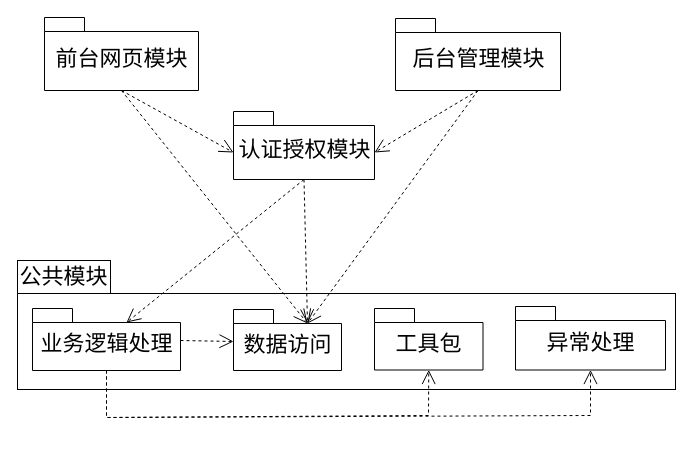
Before: page "Page-1" (1 of 3) of cili.drawio in CHENBai-yi/cilicili, a draw.io diagram. Source tidied: cells renumbered, new cells numbered last; positions are measured from the earlier drawing's top-left corner, leaving out a move shared by most shapes. Both pictures are drawn from the tidied source at 100%, with x=0, y=0 at pixel (17, 17).
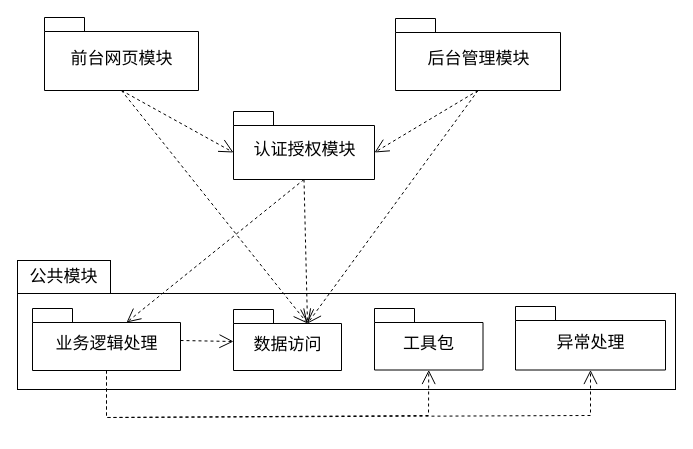
The same diagram, later.

Change to the diagram source:
```diff
@@
-    <mxCell id="2" value="&lt;span style=&quot;font-weight: normal;&quot;&gt;认证授权模块&lt;/span&gt;" style="shape=folder;fontStyle=1;spacingTop=10;tabWidth=40;tabHeight=14;tabPosition=left;html=1;fontFamily=Times New Roman;fontSize=22;" parent="1" vertex="1">
+    <mxCell id="2" value="&lt;span style=&quot;font-weight: normal; font-size: 17px;&quot;&gt;认证授权模块&lt;/span&gt;" style="shape=folder;fontStyle=1;spacingTop=10;tabWidth=40;tabHeight=14;tabPosition=left;html=1;fontFamily=Times New Roman;fontSize=17;" parent="1" vertex="1">
       <mxGeometry x="216" y="94" width="141" height="68" as="geometry" />
     </mxCell>
-    <mxCell id="3" value="&lt;span style=&quot;font-weight: normal;&quot;&gt;后台管理模块&lt;/span&gt;" style="shape=folder;fontStyle=1;spacingTop=10;tabWidth=40;tabHeight=14;tabPosition=left;html=1;fontFamily=Times New Roman;fontSize=22;" parent="1" vertex="1">
+    <mxCell id="3" value="&lt;span style=&quot;font-weight: normal; font-size: 17px;&quot;&gt;后台管理模块&lt;/span&gt;" style="shape=folder;fontStyle=1;spacingTop=10;tabWidth=40;tabHeight=14;tabPosition=left;html=1;fontFamily=Times New Roman;fontSize=17;" parent="1" vertex="1">
       <mxGeometry x="378" y="1" width="165" height="72" as="geometry" />
     </mxCell>
-    <mxCell id="4" value="&lt;span style=&quot;font-weight: normal;&quot;&gt;前台网页模块&lt;/span&gt;" style="shape=folder;fontStyle=1;spacingTop=10;tabWidth=40;tabHeight=14;tabPosition=left;html=1;fontFamily=Times New Roman;fontSize=22;" parent="1" vertex="1">
+    <mxCell id="4" value="&lt;span style=&quot;font-weight: normal; font-size: 17px;&quot;&gt;前台网页模块&lt;/span&gt;" style="shape=folder;fontStyle=1;spacingTop=10;tabWidth=40;tabHeight=14;tabPosition=left;html=1;fontFamily=Times New Roman;fontSize=17;" parent="1" vertex="1">
       <mxGeometry x="27" width="154" height="73" as="geometry" />
     </mxCell>
-    <mxCell id="5" style="rounded=0;whiteSpace=wrap;html=1;fontFamily=Times New Roman;fontSize=22;" parent="1" vertex="1">
+    <mxCell id="5" style="rounded=0;whiteSpace=wrap;html=1;fontFamily=Times New Roman;fontSize=17;" parent="1" vertex="1">
       <mxGeometry y="276" width="658" height="96" as="geometry" />
     </mxCell>
-    <mxCell id="6" value="公共模块" style="rounded=0;whiteSpace=wrap;html=1;fontFamily=Times New Roman;fontSize=22;" parent="1" vertex="1">
+    <mxCell id="6" value="公共模块" style="rounded=0;whiteSpace=wrap;html=1;fontFamily=Times New Roman;fontSize=17;" parent="1" vertex="1">
       <mxGeometry y="243" width="93" height="33" as="geometry" />
     </mxCell>
-    <mxCell id="7" value="&lt;span style=&quot;font-weight: normal;&quot;&gt;数据访问&lt;/span&gt;" style="shape=folder;fontStyle=1;spacingTop=10;tabWidth=40;tabHeight=14;tabPosition=left;html=1;fontFamily=Times New Roman;fontSize=22;" parent="1" vertex="1">
+    <mxCell id="7" value="&lt;span style=&quot;font-weight: normal; font-size: 17px;&quot;&gt;数据访问&lt;/span&gt;" style="shape=folder;fontStyle=1;spacingTop=10;tabWidth=40;tabHeight=14;tabPosition=left;html=1;fontFamily=Times New Roman;fontSize=17;" parent="1" vertex="1">
       <mxGeometry x="216" y="292" width="108" height="61" as="geometry" />
     </mxCell>
-    <mxCell id="8" value="&lt;span style=&quot;font-weight: normal;&quot;&gt;业务逻辑处理&lt;/span&gt;" style="shape=folder;fontStyle=1;spacingTop=10;tabWidth=40;tabHeight=14;tabPosition=left;html=1;fontFamily=Times New Roman;fontSize=22;" parent="1" vertex="1">
+    <mxCell id="8" value="&lt;span style=&quot;font-weight: normal; font-size: 17px;&quot;&gt;业务逻辑处理&lt;/span&gt;" style="shape=folder;fontStyle=1;spacingTop=10;tabWidth=40;tabHeight=14;tabPosition=left;html=1;fontFamily=Times New Roman;fontSize=17;" parent="1" vertex="1">
       <mxGeometry x="15" y="291" width="148" height="62" as="geometry" />
     </mxCell>
-    <mxCell id="9" value="&lt;span style=&quot;font-weight: normal;&quot;&gt;异常处理&lt;/span&gt;" style="shape=folder;fontStyle=1;spacingTop=10;tabWidth=40;tabHeight=14;tabPosition=left;html=1;fontFamily=Times New Roman;fontSize=22;" parent="1" vertex="1">
+    <mxCell id="9" value="&lt;span style=&quot;font-weight: normal; font-size: 17px;&quot;&gt;异常处理&lt;/span&gt;" style="shape=folder;fontStyle=1;spacingTop=10;tabWidth=40;tabHeight=14;tabPosition=left;html=1;fontFamily=Times New Roman;fontSize=17;" parent="1" vertex="1">
       <mxGeometry x="498" y="289" width="150" height="63.5" as="geometry" />
     </mxCell>
-    <mxCell id="10" value="&lt;span style=&quot;font-weight: normal;&quot;&gt;工具包&lt;/span&gt;" style="shape=folder;fontStyle=1;spacingTop=10;tabWidth=40;tabHeight=14;tabPosition=left;html=1;fontFamily=Times New Roman;fontSize=22;" parent="1" vertex="1">
+    <mxCell id="10" value="&lt;span style=&quot;font-weight: normal; font-size: 17px;&quot;&gt;工具包&lt;/span&gt;" style="shape=folder;fontStyle=1;spacingTop=10;tabWidth=40;tabHeight=14;tabPosition=left;html=1;fontFamily=Times New Roman;fontSize=17;" parent="1" vertex="1">
       <mxGeometry x="357" y="291" width="108.5" height="61.5" as="geometry" />
     </mxCell>
-    <mxCell id="11" style="endArrow=open;endSize=12;dashed=1;html=1;rounded=0;fontFamily=Times New Roman;fontSize=22;exitX=0.5;exitY=1;exitDx=0;exitDy=0;exitPerimeter=0;entryX=0;entryY=0;entryDx=0;entryDy=41;entryPerimeter=0;" parent="1" edge="1" source="4" target="2">
+    <mxCell id="11" style="endArrow=open;endSize=12;dashed=1;html=1;rounded=0;fontFamily=Times New Roman;fontSize=17;exitX=0.5;exitY=1;exitDx=0;exitDy=0;exitPerimeter=0;entryX=0;entryY=0;entryDx=0;entryDy=41;entryPerimeter=0;" parent="1" edge="1" source="4" target="2">
       <mxGeometry relative="1" as="geometry" />
     </mxCell>
-    <mxCell id="12" style="endArrow=open;endSize=12;dashed=1;html=1;rounded=0;fontFamily=Times New Roman;fontSize=22;exitX=0.5;exitY=1;exitDx=0;exitDy=0;exitPerimeter=0;entryX=0;entryY=0;entryDx=141;entryDy=41;entryPerimeter=0;" parent="1" edge="1" source="3" target="2">
+    <mxCell id="12" style="endArrow=open;endSize=12;dashed=1;html=1;rounded=0;fontFamily=Times New Roman;fontSize=17;exitX=0.5;exitY=1;exitDx=0;exitDy=0;exitPerimeter=0;entryX=0;entryY=0;entryDx=141;entryDy=41;entryPerimeter=0;" parent="1" edge="1" source="3" target="2">
       <mxGeometry relative="1" as="geometry" />
     </mxCell>
-    <mxCell id="13" style="endArrow=open;endSize=12;dashed=1;html=1;rounded=0;fontFamily=Times New Roman;fontSize=22;exitX=0.5;exitY=1;exitDx=0;exitDy=0;exitPerimeter=0;entryX=0;entryY=0;entryDx=74;entryDy=14;entryPerimeter=0;" parent="1" edge="1" source="2" target="7">
+    <mxCell id="13" style="endArrow=open;endSize=12;dashed=1;html=1;rounded=0;fontFamily=Times New Roman;fontSize=17;exitX=0.5;exitY=1;exitDx=0;exitDy=0;exitPerimeter=0;entryX=0;entryY=0;entryDx=74;entryDy=14;entryPerimeter=0;" parent="1" edge="1" source="2" target="7">
       <mxGeometry relative="1" as="geometry" />
     </mxCell>
-    <mxCell id="14" style="endArrow=open;endSize=12;dashed=1;html=1;rounded=0;fontFamily=Times New Roman;fontSize=22;exitX=0.5;exitY=1;exitDx=0;exitDy=0;exitPerimeter=0;entryX=0;entryY=0;entryDx=74;entryDy=14;entryPerimeter=0;" parent="1" edge="1" source="4" target="7">
+    <mxCell id="14" style="endArrow=open;endSize=12;dashed=1;html=1;rounded=0;fontFamily=Times New Roman;fontSize=17;exitX=0.5;exitY=1;exitDx=0;exitDy=0;exitPerimeter=0;entryX=0;entryY=0;entryDx=74;entryDy=14;entryPerimeter=0;" parent="1" edge="1" source="4" target="7">
       <mxGeometry relative="1" as="geometry" />
     </mxCell>
-    <mxCell id="15" style="endArrow=open;endSize=12;dashed=1;html=1;rounded=0;fontFamily=Times New Roman;fontSize=22;exitX=0.5;exitY=1;exitDx=0;exitDy=0;exitPerimeter=0;entryX=0;entryY=0;entryDx=74;entryDy=14;entryPerimeter=0;" parent="1" edge="1" source="3" target="7">
+    <mxCell id="15" style="endArrow=open;endSize=12;dashed=1;html=1;rounded=0;fontFamily=Times New Roman;fontSize=17;exitX=0.5;exitY=1;exitDx=0;exitDy=0;exitPerimeter=0;entryX=0;entryY=0;entryDx=74;entryDy=14;entryPerimeter=0;" parent="1" edge="1" source="3" target="7">
       <mxGeometry relative="1" as="geometry" />
     </mxCell>
-    <mxCell id="16" style="endArrow=open;endSize=12;dashed=1;html=1;rounded=0;fontFamily=Times New Roman;fontSize=22;exitX=0.5;exitY=1;exitDx=0;exitDy=0;exitPerimeter=0;entryX=0;entryY=0;entryDx=94;entryDy=14;entryPerimeter=0;" parent="1" edge="1" source="2" target="8">
+    <mxCell id="16" style="endArrow=open;endSize=12;dashed=1;html=1;rounded=0;fontFamily=Times New Roman;fontSize=17;exitX=0.5;exitY=1;exitDx=0;exitDy=0;exitPerimeter=0;entryX=0;entryY=0;entryDx=94;entryDy=14;entryPerimeter=0;" parent="1" edge="1" source="2" target="8">
       <mxGeometry x="0.25" y="-3" relative="1" as="geometry" />
     </mxCell>
-    <mxCell id="17" style="endArrow=open;endSize=12;dashed=1;html=1;rounded=0;fontFamily=Times New Roman;fontSize=22;exitX=0;exitY=0;exitDx=148;exitDy=32;exitPerimeter=0;entryX=0;entryY=0;entryDx=0;entryDy=32;entryPerimeter=0;" parent="1" edge="1" source="8" target="7">
+    <mxCell id="17" style="endArrow=open;endSize=12;dashed=1;html=1;rounded=0;fontFamily=Times New Roman;fontSize=17;exitX=0;exitY=0;exitDx=148;exitDy=32;exitPerimeter=0;entryX=0;entryY=0;entryDx=0;entryDy=32;entryPerimeter=0;" parent="1" edge="1" source="8" target="7">
       <mxGeometry x="-0.1" y="13" relative="1" as="geometry" />
     </mxCell>
-    <mxCell id="18" style="endArrow=open;endSize=12;dashed=1;html=1;rounded=0;fontFamily=Times New Roman;fontSize=22;exitX=0.5;exitY=1;exitDx=0;exitDy=0;exitPerimeter=0;entryX=0.5;entryY=1;entryDx=0;entryDy=0;entryPerimeter=0;" parent="1" edge="1" source="8" target="10">
+    <mxCell id="18" style="endArrow=open;endSize=12;dashed=1;html=1;rounded=0;fontFamily=Times New Roman;fontSize=17;exitX=0.5;exitY=1;exitDx=0;exitDy=0;exitPerimeter=0;entryX=0.5;entryY=1;entryDx=0;entryDy=0;entryPerimeter=0;" parent="1" edge="1" source="8" target="10">
       <mxGeometry x="0.27" y="13" relative="1" as="geometry">
         <Array as="points">
           <mxPoint x="89" y="400" />
           <mxPoint x="411" y="398" />
         </Array>
       </mxGeometry>
     </mxCell>
-    <mxCell id="19" style="endArrow=open;endSize=12;dashed=1;html=1;rounded=0;fontFamily=Times New Roman;fontSize=22;exitX=0.5;exitY=1;exitDx=0;exitDy=0;exitPerimeter=0;entryX=0.5;entryY=1;entryDx=0;entryDy=0;entryPerimeter=0;" parent="1" edge="1" source="8" target="9">
+    <mxCell id="19" style="endArrow=open;endSize=12;dashed=1;html=1;rounded=0;fontFamily=Times New Roman;fontSize=17;exitX=0.5;exitY=1;exitDx=0;exitDy=0;exitPerimeter=0;entryX=0.5;entryY=1;entryDx=0;entryDy=0;entryPerimeter=0;" parent="1" edge="1" source="8" target="9">
       <mxGeometry x="0.55" y="-8" relative="1" as="geometry">
         <Array as="points">
           <mxPoint x="89" y="400" />
           <mxPoint x="573" y="398" />
         </Array>
       </mxGeometry>
     </mxCell>
```
